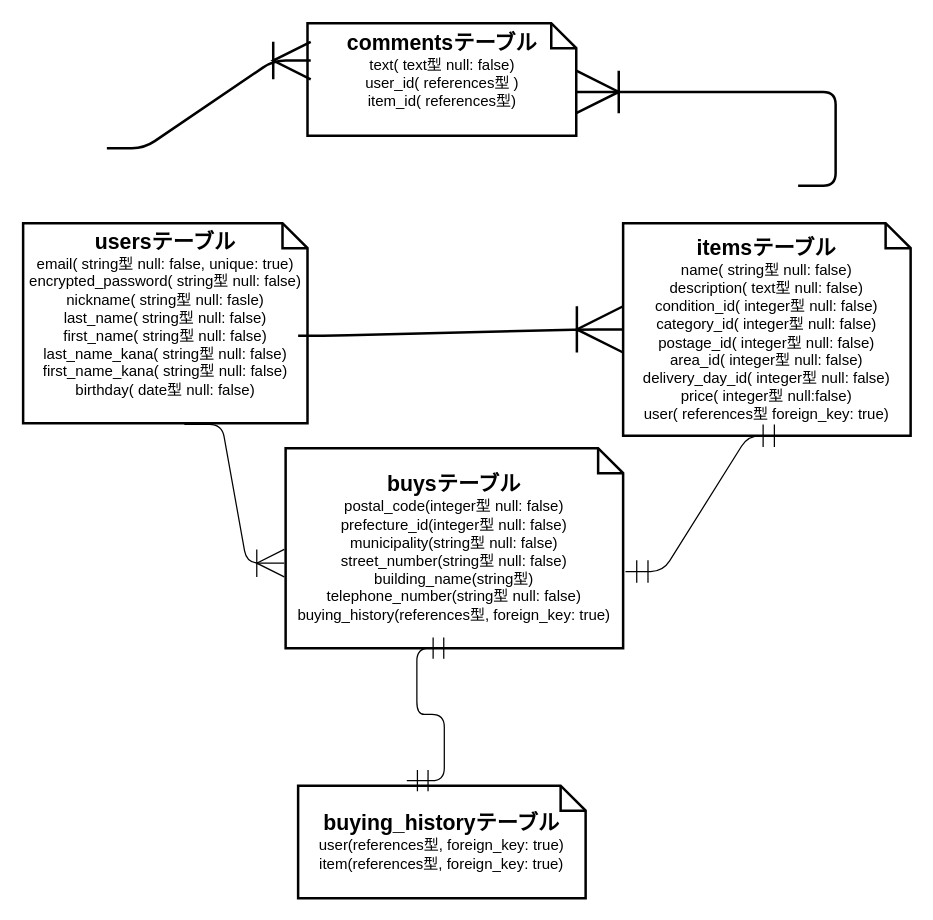
Before: er.dio in fumi-y/furima-35224, a draw.io diagram. Source tidied: cells renumbered, new cells numbered last; positions are measured from the earlier drawing's top-left corner, leaving out a move shared by most shapes. Both pictures are drawn from the tidied source at 125%, with x=0, y=0 at pixel (22, 22).
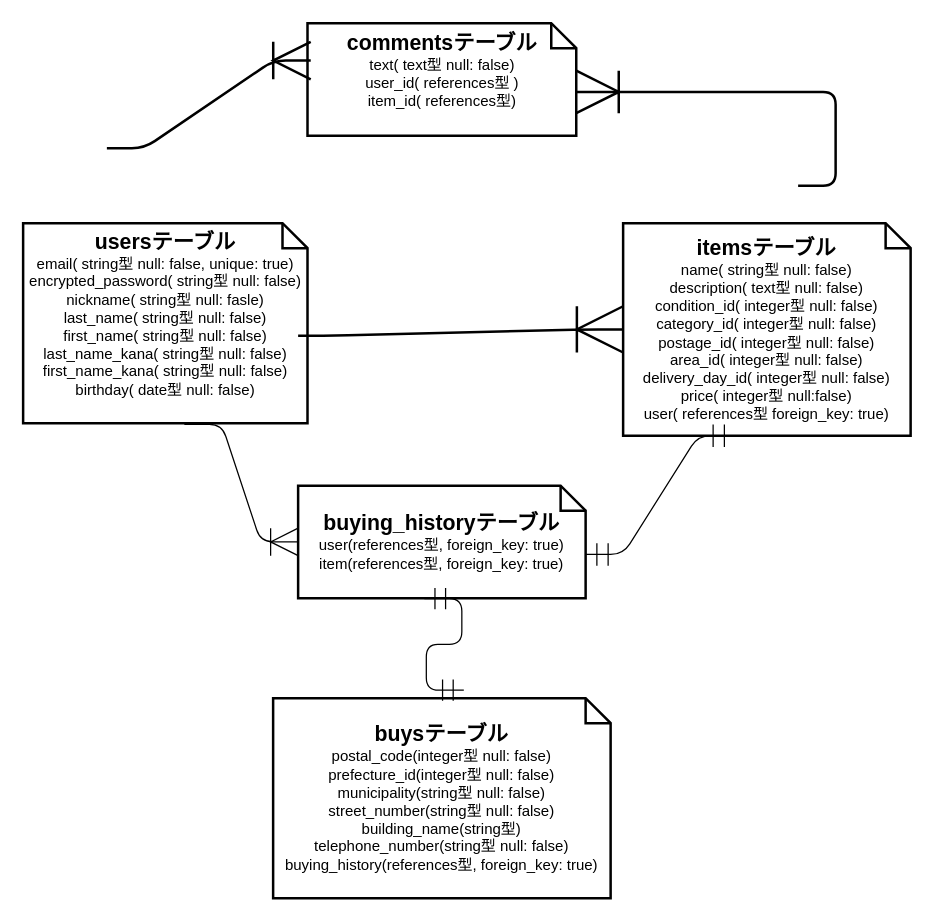
After the change.

Diff of the diagram source:
```diff
@@
 <mxGraphModel>
   <root>
     <mxCell id="0" />
     <mxCell id="1" parent="0" />
     <mxCell id="2" value="&lt;b&gt;&lt;font style=&quot;font-size: 17px&quot;&gt;usersテーブル&lt;/font&gt;&lt;/b&gt;&lt;br&gt;email( string型 null: false, unique: true)&lt;br&gt;encrypted_password( string型 null: false)&lt;br&gt;nickname( string型 null: fasle)&lt;br&gt;last_name( string型 null: false)&lt;br&gt;first_name( string型 null: false)&lt;br&gt;last_name_kana( string型 null: false)&lt;br&gt;first_name_kana( string型 null: false)&lt;br&gt;birthday( date型 null: false)&lt;br&gt;&lt;div style=&quot;text-align: left&quot;&gt;&lt;br&gt;&lt;/div&gt;" style="shape=note;size=20;whiteSpace=wrap;html=1;strokeWidth=2;" parent="1" vertex="1">
       <mxGeometry y="160" width="227.5" height="160" as="geometry" />
     </mxCell>
     <mxCell id="3" value="&lt;span&gt;&lt;font&gt;&lt;font style=&quot;font-size: 17px&quot;&gt;&lt;b&gt;commentsテーブル&lt;/b&gt;&lt;/font&gt;&lt;br&gt;text( text型 null: false)&lt;br&gt;user_id( references型 )&lt;br&gt;item_id( references型)&lt;br&gt;&lt;br&gt;&lt;/font&gt;&lt;/span&gt;" style="shape=note;size=20;whiteSpace=wrap;html=1;strokeWidth=2;" parent="1" vertex="1">
       <mxGeometry x="227.5" width="215" height="90" as="geometry" />
     </mxCell>
     <mxCell id="4" value="&lt;font style=&quot;font-size: 17px&quot;&gt;&lt;b&gt;itemsテーブル&lt;br&gt;&lt;/b&gt;&lt;/font&gt;name( string型 null: false)&lt;br&gt;description( text型 null: false)&lt;br&gt;condition_id( integer型 null: false)&lt;br&gt;category_id( integer型 null: false)&lt;br&gt;postage_id( integer型 null: false)&lt;br&gt;area_id( integer型 null: false)&lt;br&gt;delivery_day_id( integer型 null: false)&lt;br&gt;price( integer型 null:false)&lt;br&gt;user( references型 foreign_key: true)" style="shape=note;size=20;whiteSpace=wrap;html=1;strokeWidth=2;" parent="1" vertex="1">
       <mxGeometry x="480" y="160" width="230" height="170" as="geometry" />
     </mxCell>
     <mxCell id="5" value="&lt;font style=&quot;font-size: 17px&quot;&gt;&lt;b&gt;buysテーブル&lt;/b&gt;&lt;/font&gt;&lt;br&gt;postal_code(integer型 null: false)&lt;br&gt;prefecture_id(integer型 null: false)&lt;br&gt;municipality(string型 null: false)&lt;br&gt;street_number(string型 null: false)&lt;br&gt;building_name(string型)&lt;br&gt;telephone_number(string型 null: false)&lt;br&gt;buying_history(references型, foreign_key: true)" style="shape=note;size=20;whiteSpace=wrap;html=1;strokeWidth=2;" parent="1" vertex="1">
-      <mxGeometry x="210" y="340" width="270" height="160" as="geometry" />
+      <mxGeometry x="200" y="540" width="270" height="160" as="geometry" />
     </mxCell>
     <mxCell id="6" style="edgeStyle=entityRelationEdgeStyle;fontSize=12;html=1;endArrow=ERoneToMany;exitX=0;exitY=0;exitDx=220;exitDy=90;exitPerimeter=0;entryX=0;entryY=0.5;entryDx=0;entryDy=0;entryPerimeter=0;strokeWidth=2;endSize=34;" parent="1" edge="1" source="2" target="4">
       <mxGeometry relative="1" as="geometry" />
     </mxCell>
     <mxCell id="7" style="edgeStyle=entityRelationEdgeStyle;fontSize=12;html=1;endArrow=ERoneToMany;strokeWidth=2;entryX=0;entryY=0;entryDx=215;entryDy=55;entryPerimeter=0;endSize=31;" parent="1" edge="1" target="3">
       <mxGeometry relative="1" as="geometry">
         <mxPoint x="620" y="130" as="sourcePoint" />
       </mxGeometry>
     </mxCell>
     <mxCell id="8" style="edgeStyle=entityRelationEdgeStyle;fontSize=12;html=1;endArrow=ERoneToMany;strokeWidth=2;entryX=0.012;entryY=0.333;entryDx=0;entryDy=0;entryPerimeter=0;endSize=27;" parent="1" edge="1" target="3">
       <mxGeometry relative="1" as="geometry">
         <mxPoint x="67" y="100" as="sourcePoint" />
       </mxGeometry>
     </mxCell>
     <mxCell id="9" value="&lt;font style=&quot;font-size: 17px&quot;&gt;&lt;b&gt;buying_historyテーブル&lt;/b&gt;&lt;/font&gt;&lt;br&gt;user(references型, foreign_key: true)&lt;br&gt;item(references型, foreign_key: true)" style="shape=note;size=20;whiteSpace=wrap;html=1;strokeWidth=2;" parent="1" vertex="1">
-      <mxGeometry x="220" y="610" width="230" height="90" as="geometry" />
+      <mxGeometry x="220" y="370" width="230" height="90" as="geometry" />
     </mxCell>
-    <mxCell id="10" style="edgeStyle=entityRelationEdgeStyle;fontSize=12;html=1;endArrow=ERmandOne;startArrow=ERmandOne;entryX=0.5;entryY=1;entryDx=0;entryDy=0;entryPerimeter=0;exitX=0.378;exitY=-0.044;exitDx=0;exitDy=0;exitPerimeter=0;endSize=15;startSize=15;" parent="1" edge="1" source="9" target="5">
+    <mxCell id="10" style="edgeStyle=entityRelationEdgeStyle;fontSize=12;html=1;endArrow=ERmandOne;startArrow=ERmandOne;endSize=15;startSize=15;exitX=0.439;exitY=1.004;exitDx=0;exitDy=0;exitPerimeter=0;entryX=0.565;entryY=-0.04;entryDx=0;entryDy=0;entryPerimeter=0;" parent="1" edge="1" source="9" target="5">
       <mxGeometry relative="1" as="geometry" />
     </mxCell>
-    <mxCell id="11" style="edgeStyle=entityRelationEdgeStyle;fontSize=12;html=1;endArrow=ERoneToMany;entryX=-0.004;entryY=0.575;entryDx=0;entryDy=0;entryPerimeter=0;exitX=0.567;exitY=1.006;exitDx=0;exitDy=0;exitPerimeter=0;endSize=20;" parent="1" edge="1" source="2" target="5">
+    <mxCell id="11" style="edgeStyle=entityRelationEdgeStyle;fontSize=12;html=1;endArrow=ERoneToMany;exitX=0.567;exitY=1.006;exitDx=0;exitDy=0;exitPerimeter=0;endSize=20;entryX=0;entryY=0.5;entryDx=0;entryDy=0;entryPerimeter=0;" parent="1" edge="1" source="2" target="9">
       <mxGeometry relative="1" as="geometry" />
     </mxCell>
-    <mxCell id="12" style="edgeStyle=entityRelationEdgeStyle;fontSize=12;html=1;endArrow=ERmandOne;startArrow=ERmandOne;exitX=1.007;exitY=0.617;exitDx=0;exitDy=0;exitPerimeter=0;endSize=16;startSize=16;" parent="1" edge="1" source="5">
+    <mxCell id="12" style="edgeStyle=entityRelationEdgeStyle;fontSize=12;html=1;endArrow=ERmandOne;startArrow=ERmandOne;endSize=16;startSize=16;exitX=0;exitY=0;exitDx=230;exitDy=55;exitPerimeter=0;" parent="1" edge="1" source="9">
       <mxGeometry relative="1" as="geometry">
-        <mxPoint x="610" y="330" as="targetPoint" />
+        <mxPoint x="570" y="330" as="targetPoint" />
       </mxGeometry>
     </mxCell>
   </root>
 </mxGraphModel>
```
